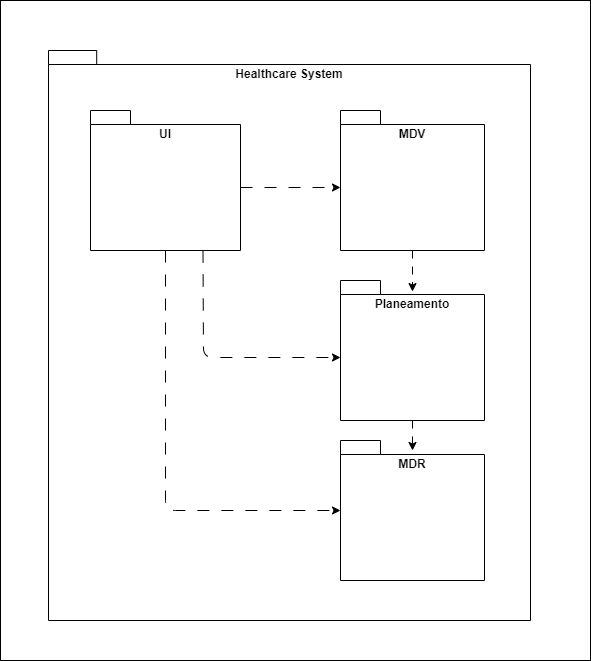
This is docs/global-artifacts/03.design/implementation-view/level-2/png/N2-VI.png from vscosousa/LAPR5_3DC_G15, a draw.io export, as it was before one commit. Source tidied: cells renumbered, new cells last; positions are measured from the earlier drawing's top-left corner, leaving out a move shared by most shapes.
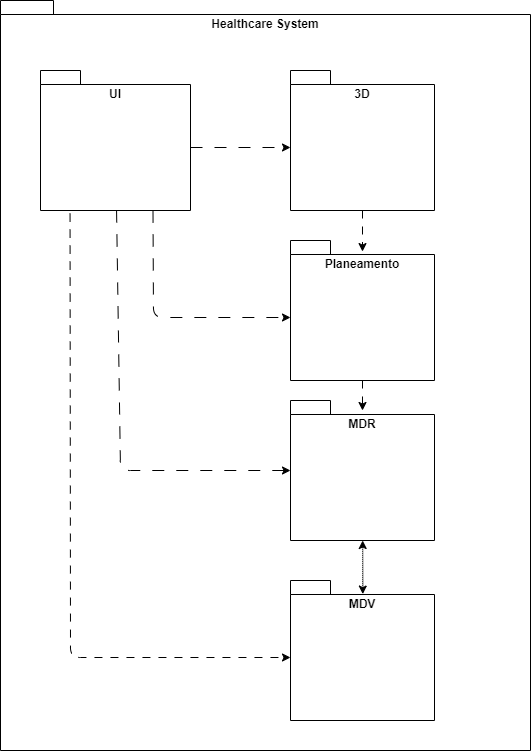
The same diagram one commit later.

Diff of the diagram source:
```diff
@@ -1,13 +1,9 @@
 <mxGraphModel>
   <root>
     <mxCell id="0" />
-    <mxCell id="1" value="Untitled Layer" parent="0" />
-    <mxCell id="2" style="rounded=0;whiteSpace=wrap;html=1;" parent="1" vertex="1">
-      <mxGeometry width="590" height="660" as="geometry" />
-    </mxCell>
     <mxCell id="3" parent="0" />
     <mxCell id="4" value="Healthcare System" style="shape=folder;fontStyle=1;spacingTop=10;tabWidth=40;tabHeight=14;tabPosition=left;html=1;whiteSpace=wrap;align=center;verticalAlign=top;" parent="3" vertex="1">
-      <mxGeometry x="48" y="50" width="482" height="570" as="geometry" />
+      <mxGeometry x="50" y="40" width="530" height="750" as="geometry" />
     </mxCell>
     <mxCell id="5" value="MDR" style="shape=folder;fontStyle=1;spacingTop=10;tabWidth=40;tabHeight=14;tabPosition=left;html=1;whiteSpace=wrap;verticalAlign=top;" parent="3" vertex="1">
       <mxGeometry x="340" y="440" width="144" height="140" as="geometry" />
@@ -15,7 +11,7 @@
     <mxCell id="6" style="edgeStyle=none;html=1;dashed=1;dashPattern=12 12;" parent="3" edge="1" source="9" target="5">
       <mxGeometry relative="1" as="geometry">
         <Array as="points">
-          <mxPoint x="165" y="510" />
+          <mxPoint x="170" y="510" />
         </Array>
       </mxGeometry>
     </mxCell>
@@ -43,8 +39,23 @@
     <mxCell id="12" style="edgeStyle=none;html=1;exitX=0.5;exitY=1;exitDx=0;exitDy=0;exitPerimeter=0;entryX=0.5;entryY=0.079;entryDx=0;entryDy=0;entryPerimeter=0;dashed=1;dashPattern=8 8;" parent="3" edge="1" source="13" target="11">
       <mxGeometry relative="1" as="geometry" />
     </mxCell>
-    <mxCell id="13" value="MDV" style="shape=folder;fontStyle=1;spacingTop=10;tabWidth=40;tabHeight=14;tabPosition=left;html=1;whiteSpace=wrap;verticalAlign=top;" parent="3" vertex="1">
+    <mxCell id="13" value="3D" style="shape=folder;fontStyle=1;spacingTop=10;tabWidth=40;tabHeight=14;tabPosition=left;html=1;whiteSpace=wrap;verticalAlign=top;" parent="3" vertex="1">
       <mxGeometry x="340" y="110" width="144" height="140" as="geometry" />
     </mxCell>
+    <mxCell id="14" value="Untitled Layer" parent="0" />
+    <mxCell id="15" style="edgeStyle=none;html=1;exitX=0.502;exitY=0.097;exitDx=0;exitDy=0;exitPerimeter=0;endArrow=classic;endFill=1;startArrow=classic;startFill=1;dashed=1;dashPattern=1 1;" parent="14" edge="1" source="16" target="5">
+      <mxGeometry relative="1" as="geometry" />
+    </mxCell>
+    <mxCell id="1" value="Untitled Layer" parent="0" />
+    <mxCell id="16" value="MDV" style="shape=folder;fontStyle=1;spacingTop=10;tabWidth=40;tabHeight=14;tabPosition=left;html=1;whiteSpace=wrap;verticalAlign=top;" parent="1" vertex="1">
+      <mxGeometry x="340" y="620" width="144" height="140" as="geometry" />
+    </mxCell>
+    <mxCell id="17" style="edgeStyle=none;html=1;entryX=0;entryY=0;entryDx=0;entryDy=77;entryPerimeter=0;dashed=1;dashPattern=8 8;exitX=0.197;exitY=1.022;exitDx=0;exitDy=0;exitPerimeter=0;" parent="1" edge="1" source="9" target="16">
+      <mxGeometry relative="1" as="geometry">
+        <Array as="points">
+          <mxPoint x="120" y="697" />
+        </Array>
+      </mxGeometry>
+    </mxCell>
   </root>
 </mxGraphModel>
```
